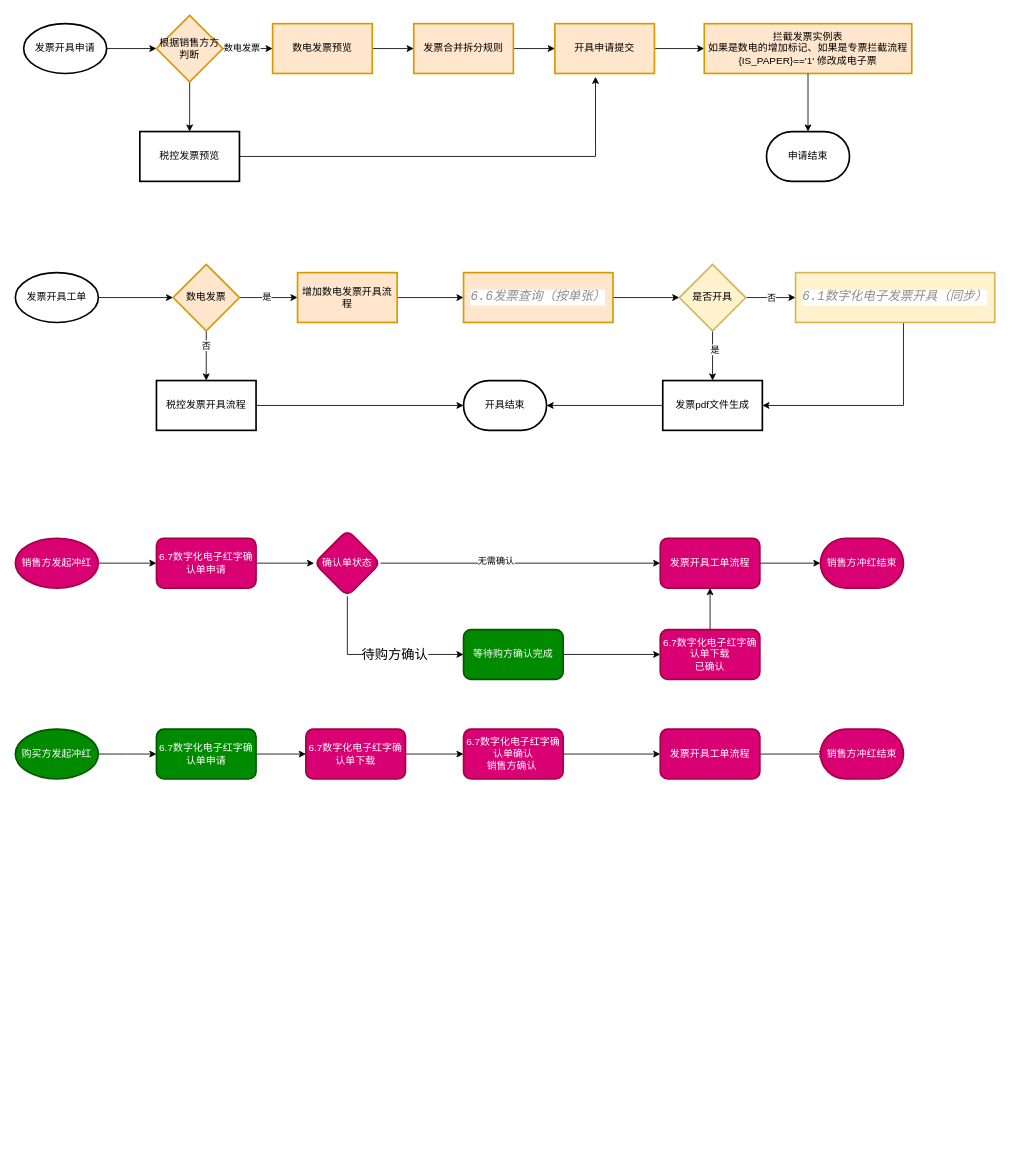
Earlier version of the draw.io diagram 数电发票改造方案.drawio (315944211/doc). Source tidied: cells renumbered, new cells numbered last; positions are measured from the earlier drawing's top-left corner, leaving out a move shared by most shapes. Both pictures are drawn from the tidied source at 83%, with x=0, y=0 at pixel (15, 15).
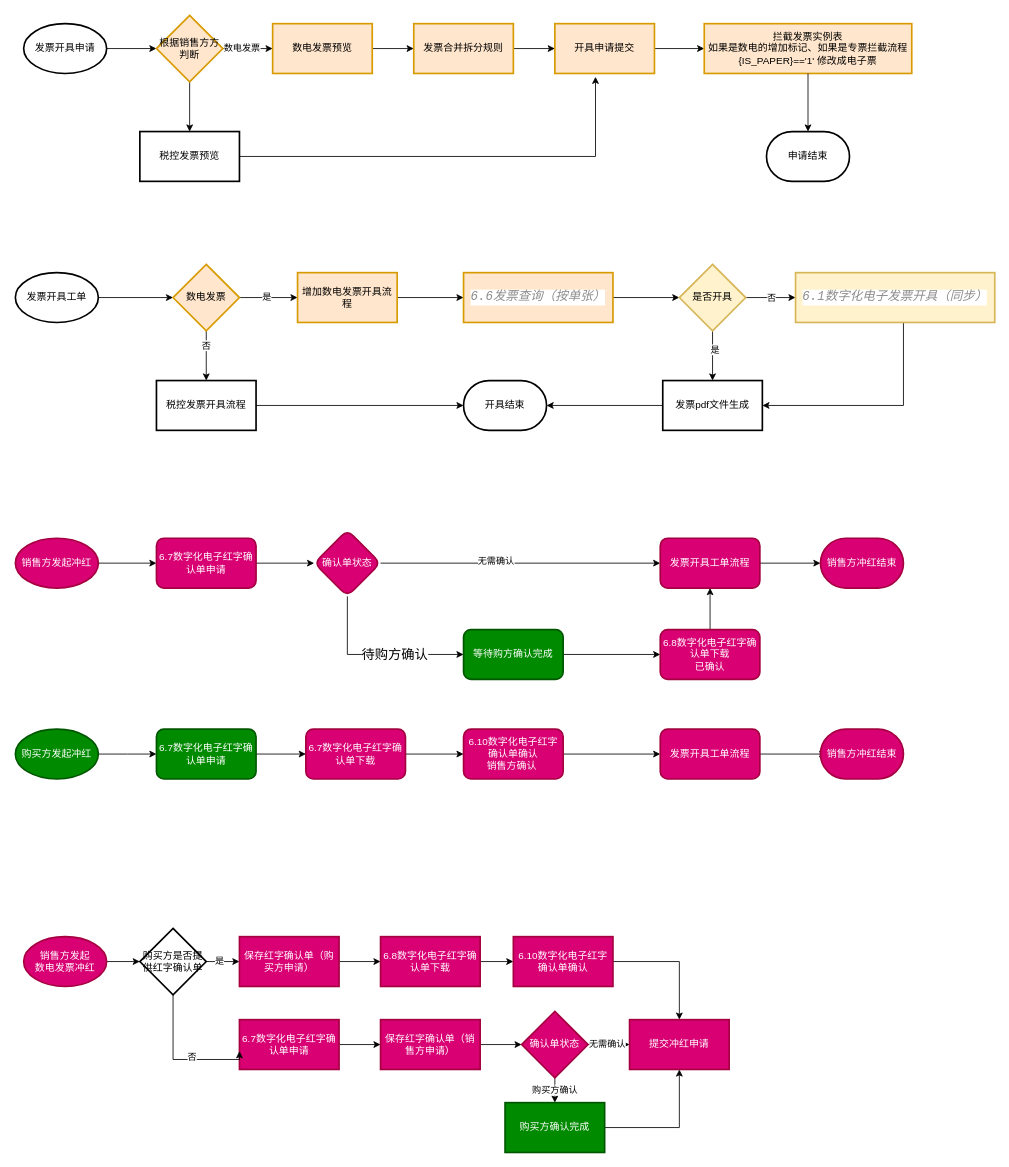
Above is the later version.

Commit message:
更新数电发票改造方案.drawio

The edit, as a diff of the source:
```diff
@@
-    <mxCell id="57" value="6.7数字化电子红字确认单下载&lt;br&gt;已确认" style="whiteSpace=wrap;html=1;rounded=1;strokeWidth=2;fillColor=#d80073;strokeColor=#A50040;fontColor=#ffffff;" parent="1" vertex="1">
+    <mxCell id="57" value="6.8数字化电子红字确认单下载&lt;br&gt;已确认" style="whiteSpace=wrap;html=1;rounded=1;strokeWidth=2;fillColor=#d80073;strokeColor=#A50040;fontColor=#ffffff;" parent="1" vertex="1">
       <mxGeometry x="777" y="740" width="120" height="60" as="geometry" />
     </mxCell>
@@
-    <mxCell id="66" value="6.7数字化电子红字确认单确认&lt;br&gt;销售方确认&amp;nbsp;" style="whiteSpace=wrap;html=1;fillColor=#d80073;strokeColor=#A50040;fontColor=#ffffff;rounded=1;strokeWidth=2;" parent="1" vertex="1">
+    <mxCell id="66" value="6.10数字化电子红字确认单确认&lt;br&gt;销售方确认&amp;nbsp;" style="whiteSpace=wrap;html=1;fillColor=#d80073;strokeColor=#A50040;fontColor=#ffffff;rounded=1;strokeWidth=2;" parent="1" vertex="1">
       <mxGeometry x="540" y="860" width="120" height="60" as="geometry" />
     </mxCell>
@@
+    <mxCell id="70" style="edgeStyle=orthogonalEdgeStyle;rounded=0;jettySize=auto;html=1;" parent="1" edge="1" source="71" target="74">
+      <mxGeometry relative="1" as="geometry" />
+    </mxCell>
+    <mxCell id="71" value="销售方发起&lt;br&gt;数电发票冲红" style="strokeWidth=2;html=1;shape=mxgraph.flowchart.start_1;whiteSpace=wrap;fillColor=#d80073;fontColor=#ffffff;strokeColor=#A50040;" parent="1" vertex="1">
+      <mxGeometry x="10" y="1110" width="100" height="60" as="geometry" />
+    </mxCell>
+    <mxCell id="72" style="edgeStyle=orthogonalEdgeStyle;rounded=0;jettySize=auto;html=1;" parent="1" edge="1" source="74" target="76">
+      <mxGeometry relative="1" as="geometry" />
+    </mxCell>
+    <mxCell id="73" value="是" style="edgeLabel;html=1;align=center;verticalAlign=middle;" parent="72" vertex="1">
+      <mxGeometry x="-0.23" y="2" relative="1" as="geometry" />
+    </mxCell>
+    <mxCell id="74" value="购买方是否提供红字确认单" style="rhombus;whiteSpace=wrap;html=1;strokeWidth=2;" parent="1" vertex="1">
+      <mxGeometry x="150" y="1100" width="80" height="80" as="geometry" />
+    </mxCell>
+    <mxCell id="75" style="edgeStyle=orthogonalEdgeStyle;rounded=0;jettySize=auto;html=1;" parent="1" edge="1" source="76" target="84">
+      <mxGeometry relative="1" as="geometry" />
+    </mxCell>
+    <mxCell id="76" value="保存红字确认单（购买方申请）" style="whiteSpace=wrap;html=1;strokeWidth=2;fillColor=#d80073;fontColor=#ffffff;strokeColor=#A50040;" parent="1" vertex="1">
+      <mxGeometry x="270" y="1110" width="120" height="60" as="geometry" />
+    </mxCell>
+    <mxCell id="77" style="edgeStyle=orthogonalEdgeStyle;rounded=0;jettySize=auto;html=1;" parent="1" edge="1" source="78" target="82">
+      <mxGeometry relative="1" as="geometry" />
+    </mxCell>
+    <mxCell id="78" value="6.7数字化电子红字确认单申请" style="whiteSpace=wrap;html=1;strokeWidth=2;fillColor=#d80073;fontColor=#ffffff;strokeColor=#A50040;" parent="1" vertex="1">
+      <mxGeometry x="270" y="1210" width="120" height="60" as="geometry" />
+    </mxCell>
+    <mxCell id="79" style="edgeStyle=orthogonalEdgeStyle;rounded=0;jettySize=auto;html=1;entryX=0;entryY=0.633;entryDx=0;entryDy=0;entryPerimeter=0;" parent="1" edge="1" source="74" target="78">
+      <mxGeometry relative="1" as="geometry">
+        <Array as="points">
+          <mxPoint x="190" y="1258" />
+        </Array>
+      </mxGeometry>
+    </mxCell>
+    <mxCell id="80" value="否" style="edgeLabel;html=1;align=center;verticalAlign=middle;" parent="79" vertex="1">
+      <mxGeometry x="0.19" y="4" relative="1" as="geometry" />
+    </mxCell>
+    <mxCell id="81" style="edgeStyle=orthogonalEdgeStyle;rounded=0;jettySize=auto;html=1;" parent="1" edge="1" source="82" target="90">
+      <mxGeometry relative="1" as="geometry" />
+    </mxCell>
+    <mxCell id="82" value="保存红字确认单（销售方申请）" style="whiteSpace=wrap;html=1;strokeWidth=2;fillColor=#d80073;fontColor=#ffffff;strokeColor=#A50040;" parent="1" vertex="1">
+      <mxGeometry x="440" y="1210" width="120" height="60" as="geometry" />
+    </mxCell>
+    <mxCell id="83" style="edgeStyle=orthogonalEdgeStyle;rounded=0;jettySize=auto;html=1;" parent="1" edge="1" source="84" target="86">
+      <mxGeometry relative="1" as="geometry" />
+    </mxCell>
+    <mxCell id="84" value="6.8数字化电子红字确认单下载" style="whiteSpace=wrap;html=1;strokeWidth=2;fillColor=#d80073;fontColor=#ffffff;strokeColor=#A50040;" parent="1" vertex="1">
+      <mxGeometry x="440" y="1110" width="120" height="60" as="geometry" />
+    </mxCell>
+    <mxCell id="85" style="edgeStyle=orthogonalEdgeStyle;rounded=0;jettySize=auto;html=1;entryX=0.5;entryY=0;entryDx=0;entryDy=0;" parent="1" edge="1" source="86" target="91">
+      <mxGeometry relative="1" as="geometry" />
+    </mxCell>
+    <mxCell id="86" value="6.10数字化电子红字确认单确认" style="whiteSpace=wrap;html=1;strokeWidth=2;fillColor=#d80073;fontColor=#ffffff;strokeColor=#A50040;" parent="1" vertex="1">
+      <mxGeometry x="600" y="1110" width="120" height="60" as="geometry" />
+    </mxCell>
+    <mxCell id="87" style="edgeStyle=orthogonalEdgeStyle;rounded=0;jettySize=auto;html=1;" parent="1" edge="1" source="90" target="91">
+      <mxGeometry relative="1" as="geometry" />
+    </mxCell>
+    <mxCell id="88" value="无需确认" style="edgeLabel;html=1;align=center;verticalAlign=middle;" parent="87" vertex="1">
+      <mxGeometry x="-0.12" y="1" relative="1" as="geometry" />
+    </mxCell>
+    <mxCell id="89" value="购买方确认" style="edgeStyle=orthogonalEdgeStyle;rounded=0;jettySize=auto;html=1;" parent="1" edge="1" source="90" target="93">
+      <mxGeometry relative="1" as="geometry" />
+    </mxCell>
+    <mxCell id="90" value="确认单状态" style="rhombus;whiteSpace=wrap;html=1;strokeWidth=2;fillColor=#d80073;fontColor=#ffffff;strokeColor=#A50040;" parent="1" vertex="1">
+      <mxGeometry x="610" y="1200" width="80" height="80" as="geometry" />
+    </mxCell>
+    <mxCell id="91" value="提交冲红申请" style="whiteSpace=wrap;html=1;strokeWidth=2;fillColor=#d80073;fontColor=#ffffff;strokeColor=#A50040;" parent="1" vertex="1">
+      <mxGeometry x="740" y="1210" width="120" height="60" as="geometry" />
+    </mxCell>
+    <mxCell id="92" style="edgeStyle=orthogonalEdgeStyle;rounded=0;jettySize=auto;html=1;entryX=0.5;entryY=1;entryDx=0;entryDy=0;" parent="1" edge="1" source="93" target="91">
+      <mxGeometry relative="1" as="geometry" />
+    </mxCell>
+    <mxCell id="93" value="购买方确认完成" style="whiteSpace=wrap;html=1;strokeWidth=2;fillColor=#008a00;fontColor=#ffffff;strokeColor=#005700;" parent="1" vertex="1">
+      <mxGeometry x="590" y="1310" width="120" height="60" as="geometry" />
+    </mxCell>
```
